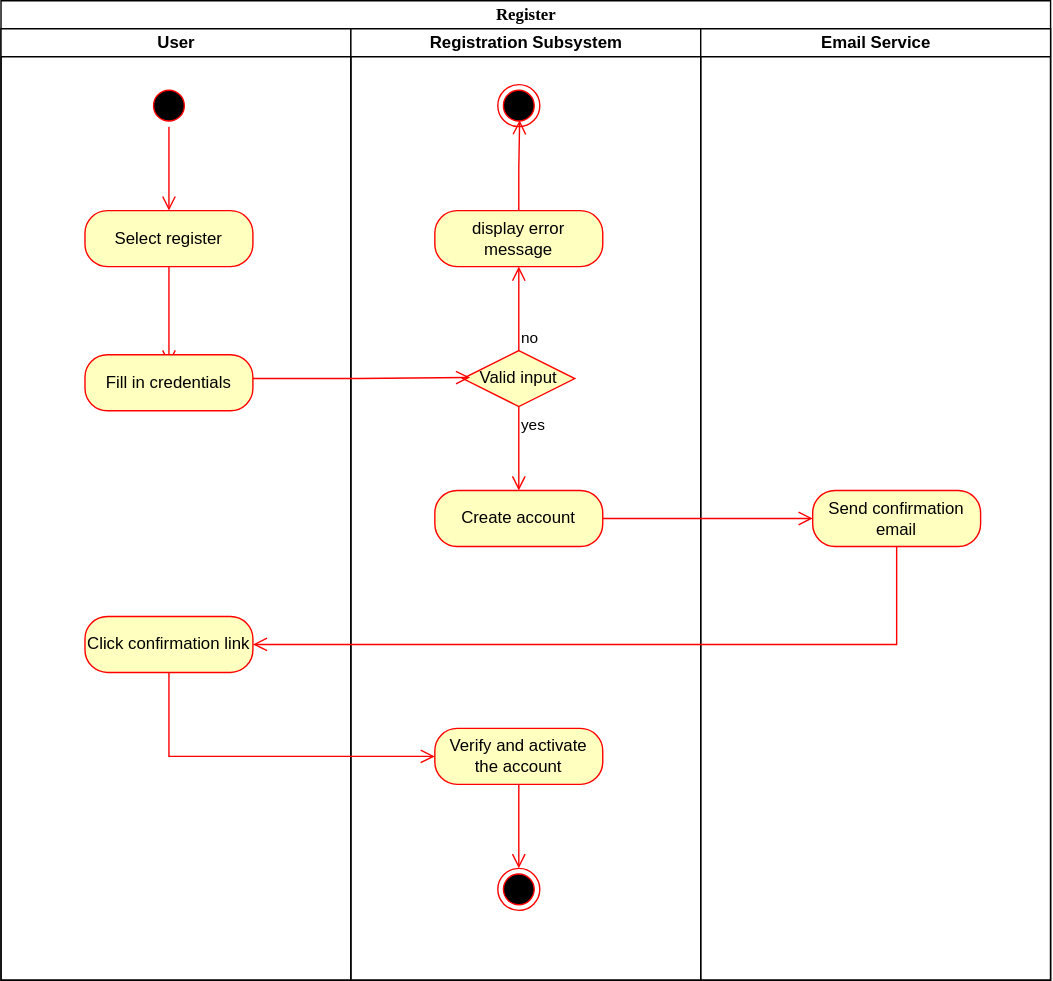
This is Register Activity Diagram.svg from Simamkele88/IFM3_GP, a draw.io export, as it was before one commit. Source tidied: cells renumbered, new cells last; positions are measured from the earlier drawing's top-left corner, leaving out a move shared by most shapes.
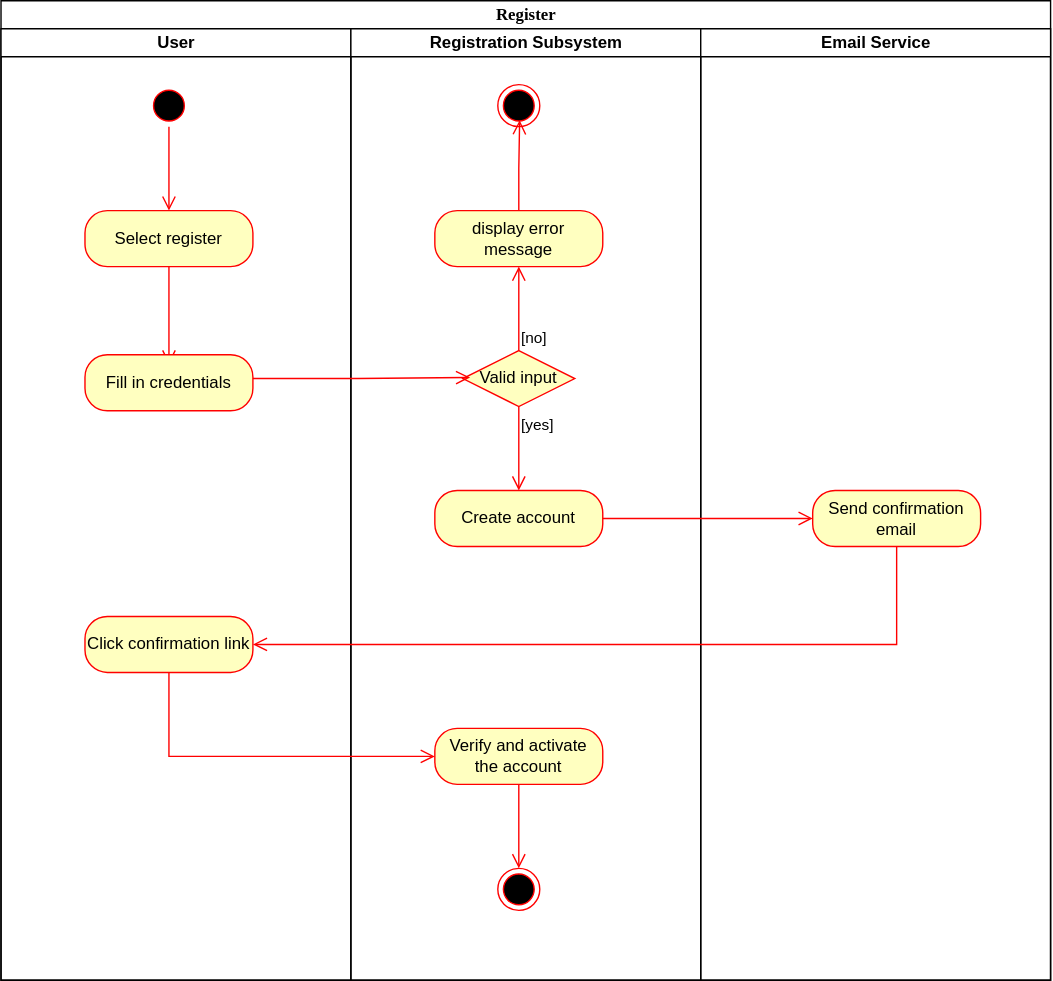
Later version of the same file.

What changed in the source:
```diff
@@ -32,10 +32,10 @@
     <mxCell id="11" value="Valid input" style="rhombus;whiteSpace=wrap;html=1;fontColor=#000000;fillColor=#ffffc0;strokeColor=#ff0000;" parent="10" vertex="1">
       <mxGeometry x="80" y="230" width="80" height="40" as="geometry" />
     </mxCell>
-    <mxCell id="12" value="no" style="edgeStyle=orthogonalEdgeStyle;html=1;align=left;verticalAlign=bottom;endArrow=open;endSize=8;strokeColor=#ff0000;rounded=0;exitX=0.5;exitY=0;exitDx=0;exitDy=0;" parent="10" edge="1" source="11" target="15">
+    <mxCell id="12" value="[no]" style="edgeStyle=orthogonalEdgeStyle;html=1;align=left;verticalAlign=bottom;endArrow=open;endSize=8;strokeColor=#ff0000;rounded=0;exitX=0.5;exitY=0;exitDx=0;exitDy=0;" parent="10" edge="1" source="11" target="15">
       <mxGeometry x="-1" relative="1" as="geometry" />
     </mxCell>
-    <mxCell id="13" value="yes" style="edgeStyle=orthogonalEdgeStyle;html=1;align=left;verticalAlign=top;endArrow=open;endSize=8;strokeColor=#ff0000;rounded=0;exitX=0.5;exitY=1;exitDx=0;exitDy=0;entryX=0.5;entryY=0;entryDx=0;entryDy=0;" parent="10" edge="1" source="11" target="14">
+    <mxCell id="13" value="[yes]" style="edgeStyle=orthogonalEdgeStyle;html=1;align=left;verticalAlign=top;endArrow=open;endSize=8;strokeColor=#ff0000;rounded=0;exitX=0.5;exitY=1;exitDx=0;exitDy=0;entryX=0.5;entryY=0;entryDx=0;entryDy=0;" parent="10" edge="1" source="11" target="14">
       <mxGeometry x="-1" relative="1" as="geometry" />
     </mxCell>
     <mxCell id="14" value="Create account" style="rounded=1;whiteSpace=wrap;html=1;arcSize=40;fontColor=#000000;fillColor=#ffffc0;strokeColor=#ff0000;" parent="10" vertex="1">
```
